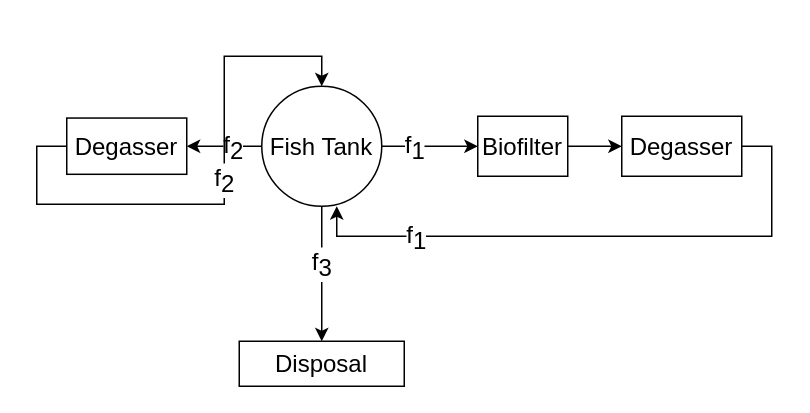
Above: Untitled Diagram.drawio in malanmyri/GraphMaster (draw.io), before the change. Source tidied: cells renumbered, new cells numbered last; positions are measured from the earlier drawing's top-left corner, leaving out a move shared by most shapes. Both pictures are drawn from the tidied source at 150%, with x=0, y=0 at pixel (66, 86).
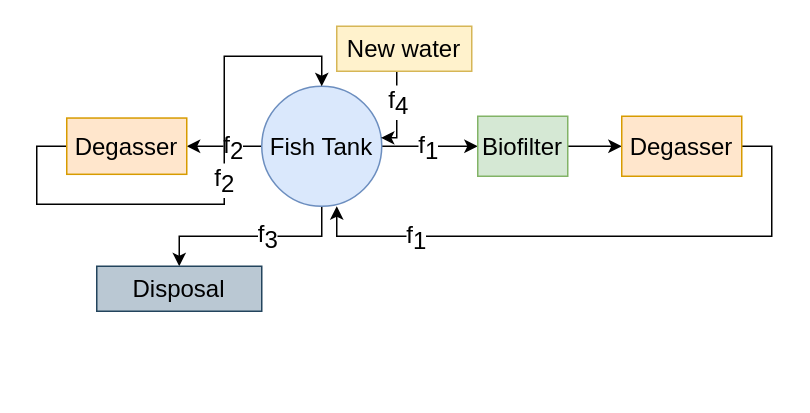
The same diagram, later.

The change refers to these unchanged cells:
```xml
<mxCell id="2" style="edgeStyle=orthogonalEdgeStyle;rounded=0;jettySize=auto;html=1;fontSize=16;" parent="1" edge="1" source="8" target="10">
  <mxGeometry relative="1" as="geometry" />
</mxCell>
```

Change to the diagram source:
```diff
@@
     <mxCell id="3" value="f&lt;sub style=&quot;font-size: 16px;&quot;&gt;1&lt;/sub&gt;" style="edgeLabel;html=1;align=center;verticalAlign=middle;fontSize=16;" parent="2" vertex="1">
-      <mxGeometry x="-0.35" relative="1" as="geometry" />
+      <mxGeometry x="-0.35" relative="1" as="geometry">
+        <mxPoint x="9" as="offset" />
+      </mxGeometry>
     </mxCell>
@@
-    <mxCell id="8" value="Fish Tank" style="ellipse;whiteSpace=wrap;html=1;fontSize=16;" parent="1" vertex="1">
+    <mxCell id="8" value="Fish Tank" style="ellipse;whiteSpace=wrap;html=1;fontSize=16;fillColor=#dae8fc;strokeColor=#6c8ebf;" parent="1" vertex="1">
       <mxGeometry x="130" width="80" height="80" as="geometry" />
     </mxCell>
@@
-    <mxCell id="10" value="Biofilter" style="whiteSpace=wrap;html=1;fontSize=16;" parent="1" vertex="1">
+    <mxCell id="10" value="Biofilter" style="whiteSpace=wrap;html=1;fontSize=16;fillColor=#d5e8d4;strokeColor=#82b366;" parent="1" vertex="1">
       <mxGeometry x="274" y="20" width="60" height="40" as="geometry" />
     </mxCell>
@@
-    <mxCell id="13" value="Degasser" style="whiteSpace=wrap;html=1;fontSize=16;" parent="1" vertex="1">
+    <mxCell id="13" value="Degasser" style="whiteSpace=wrap;html=1;fontSize=16;fillColor=#ffe6cc;strokeColor=#d79b00;" parent="1" vertex="1">
       <mxGeometry x="370" y="20" width="80" height="40" as="geometry" />
     </mxCell>
@@
-    <mxCell id="16" value="Degasser" style="whiteSpace=wrap;html=1;fontSize=16;" parent="1" vertex="1">
+    <mxCell id="16" value="Degasser" style="whiteSpace=wrap;html=1;fontSize=16;fillColor=#ffe6cc;strokeColor=#d79b00;" parent="1" vertex="1">
       <mxGeometry y="21.2" width="80" height="37.5" as="geometry" />
     </mxCell>
-    <mxCell id="17" value="Disposal" style="whiteSpace=wrap;html=1;fontSize=16;" parent="1" vertex="1">
-      <mxGeometry x="115" y="170" width="110" height="30" as="geometry" />
+    <mxCell id="17" value="Disposal" style="whiteSpace=wrap;html=1;fontSize=16;fillColor=#bac8d3;strokeColor=#23445d;" parent="1" vertex="1">
+      <mxGeometry x="20" y="120" width="110" height="30" as="geometry" />
     </mxCell>
+    <mxCell id="18" style="edgeStyle=orthogonalEdgeStyle;rounded=0;jettySize=auto;html=1;exitX=0.5;exitY=1;exitDx=0;exitDy=0;entryX=0.993;entryY=0.43;entryDx=0;entryDy=0;entryPerimeter=0;" parent="1" edge="1" source="20" target="8">
+      <mxGeometry relative="1" as="geometry">
+        <Array as="points">
+          <mxPoint x="220" y="-10" />
+          <mxPoint x="220" y="34" />
+        </Array>
+      </mxGeometry>
+    </mxCell>
+    <mxCell id="19" value="f&lt;sub style=&quot;font-size: 16px;&quot;&gt;4&lt;/sub&gt;" style="edgeLabel;html=1;align=center;verticalAlign=middle;fontSize=16;" parent="18" vertex="1">
+      <mxGeometry x="-0.15" relative="1" as="geometry" />
+    </mxCell>
+    <mxCell id="20" value="&lt;font style=&quot;font-size: 16px;&quot;&gt;New water&lt;/font&gt;" style="rounded=0;whiteSpace=wrap;html=1;fillColor=#fff2cc;strokeColor=#d6b656;" parent="1" vertex="1">
+      <mxGeometry x="180" y="-40" width="90" height="30" as="geometry" />
+    </mxCell>
```
